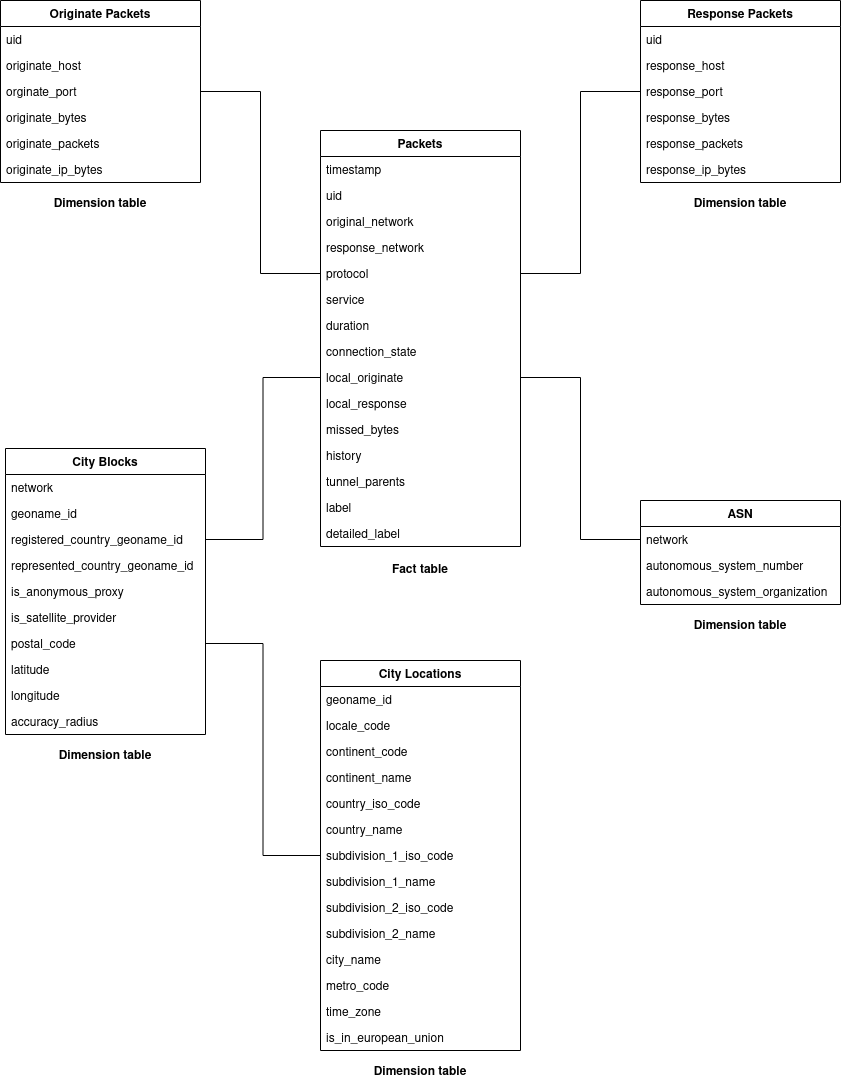
Earlier version of the draw.io export assets/imgs/data-model.png (FredrikBakken/udacity_data-engineering). Source tidied: cells renumbered, new cells last; positions are measured from the earlier drawing's top-left corner, leaving out a move shared by most shapes.
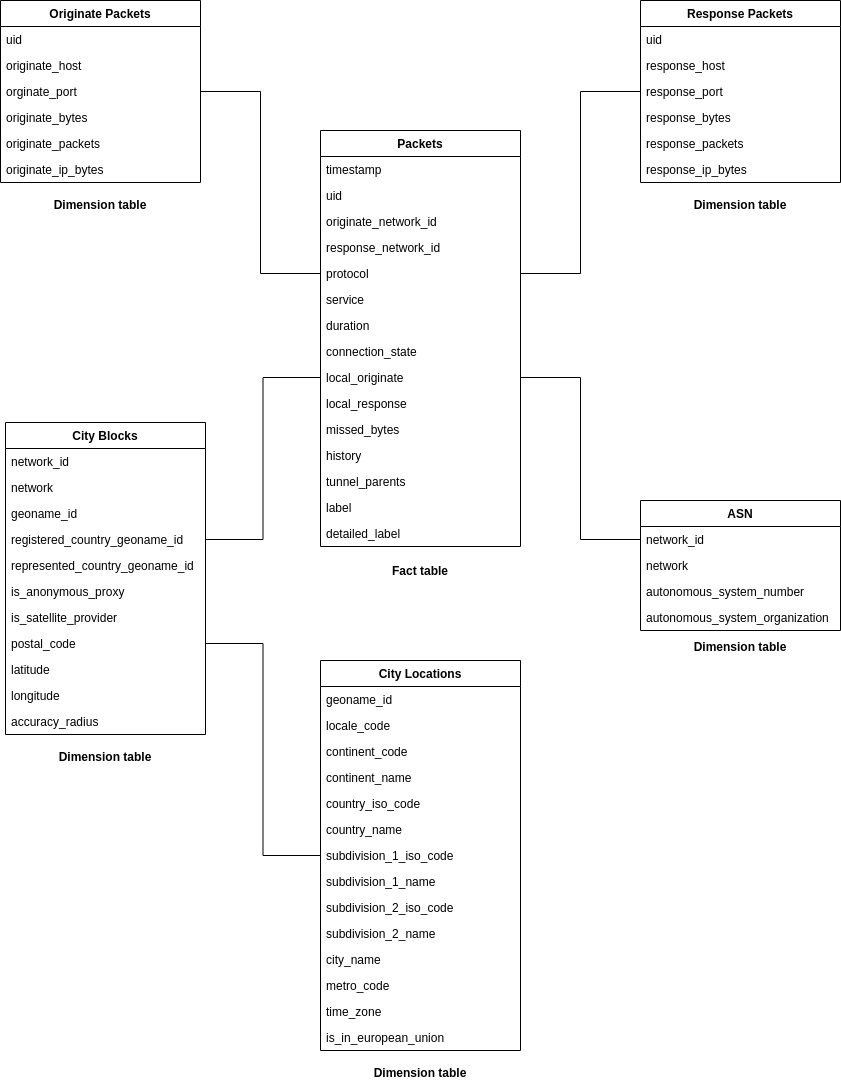
After the commit.

Diff of the diagram source:
```diff
@@ -68,10 +68,10 @@
     <mxCell id="23" value="uid" style="text;strokeColor=none;fillColor=none;align=left;verticalAlign=top;spacingLeft=4;spacingRight=4;overflow=hidden;" parent="21" vertex="1">
       <mxGeometry y="52" width="200" height="26" as="geometry" />
     </mxCell>
-    <mxCell id="24" value="original_network" style="text;strokeColor=none;fillColor=none;align=left;verticalAlign=top;spacingLeft=4;spacingRight=4;overflow=hidden;" parent="21" vertex="1">
+    <mxCell id="24" value="originate_network_id" style="text;strokeColor=none;fillColor=none;align=left;verticalAlign=top;spacingLeft=4;spacingRight=4;overflow=hidden;" parent="21" vertex="1">
       <mxGeometry y="78" width="200" height="26" as="geometry" />
     </mxCell>
-    <mxCell id="25" value="response_network" style="text;strokeColor=none;fillColor=none;align=left;verticalAlign=top;spacingLeft=4;spacingRight=4;overflow=hidden;" parent="21" vertex="1">
+    <mxCell id="25" value="response_network_id" style="text;strokeColor=none;fillColor=none;align=left;verticalAlign=top;spacingLeft=4;spacingRight=4;overflow=hidden;" parent="21" vertex="1">
       <mxGeometry y="104" width="200" height="26" as="geometry" />
     </mxCell>
     <mxCell id="26" value="protocol" style="text;strokeColor=none;fillColor=none;align=left;verticalAlign=top;spacingLeft=4;spacingRight=4;overflow=hidden;points=[[0,0.5],[1,0.5]];portConstraint=eastwest;" parent="21" vertex="1">
@@ -113,59 +113,59 @@
     <mxCell id="38" style="group;" parent="1" vertex="1">
       <mxGeometry x="640" y="500" width="200" height="136" as="geometry" />
     </mxCell>
-    <mxCell id="39" value="Dimension table" style="text;html=1;strokeColor=none;fillColor=none;align=center;verticalAlign=middle;whiteSpace=wrap;rounded=0;fontStyle=1;" parent="38" vertex="1">
-      <mxGeometry y="116" width="200" height="20" as="geometry" />
-    </mxCell>
     <mxCell id="40" value="ASN" style="swimlane;fontStyle=1;horizontal=1;startSize=26;fillColor=none;" parent="38" vertex="1">
-      <mxGeometry width="200" height="104" as="geometry" />
+      <mxGeometry width="200" height="130" as="geometry" />
     </mxCell>
-    <mxCell id="41" value="network" style="text;strokeColor=none;fillColor=none;align=left;verticalAlign=top;spacingLeft=4;spacingRight=4;overflow=hidden;points=[[0,0.5],[1,0.5]];portConstraint=eastwest;" parent="40" vertex="1">
+    <mxCell id="41" value="network_id" style="text;strokeColor=none;fillColor=none;align=left;verticalAlign=top;spacingLeft=4;spacingRight=4;overflow=hidden;points=[[0,0.5],[1,0.5]];portConstraint=eastwest;" parent="40" vertex="1">
       <mxGeometry y="26" width="200" height="26" as="geometry" />
     </mxCell>
+    <mxCell id="79" value="network" style="text;strokeColor=none;fillColor=none;align=left;verticalAlign=top;spacingLeft=4;spacingRight=4;overflow=hidden;" parent="40" vertex="1">
+      <mxGeometry y="52" width="200" height="26" as="geometry" />
+    </mxCell>
     <mxCell id="42" value="autonomous_system_number" style="text;strokeColor=none;fillColor=none;align=left;verticalAlign=top;spacingLeft=4;spacingRight=4;overflow=hidden;" parent="40" vertex="1">
-      <mxGeometry y="52" width="200" height="26" as="geometry" />
+      <mxGeometry y="78" width="200" height="26" as="geometry" />
     </mxCell>
     <mxCell id="43" value="autonomous_system_organization" style="text;strokeColor=none;fillColor=none;align=left;verticalAlign=top;spacingLeft=4;spacingRight=4;overflow=hidden;" parent="40" vertex="1">
-      <mxGeometry y="78" width="200" height="26" as="geometry" />
+      <mxGeometry y="104" width="200" height="26" as="geometry" />
     </mxCell>
     <mxCell id="44" style="group;" parent="1" vertex="1">
-      <mxGeometry x="5" y="448" width="200" height="318" as="geometry" />
+      <mxGeometry x="5" y="422" width="200" height="318" as="geometry" />
     </mxCell>
-    <mxCell id="45" value="Dimension table" style="text;html=1;strokeColor=none;fillColor=none;align=center;verticalAlign=middle;whiteSpace=wrap;rounded=0;fontStyle=1;" parent="44" vertex="1">
-      <mxGeometry y="298" width="200" height="20" as="geometry" />
-    </mxCell>
     <mxCell id="46" value="City Blocks" style="swimlane;fontStyle=1;horizontal=1;startSize=26;fillColor=none;" parent="44" vertex="1">
-      <mxGeometry width="200" height="286" as="geometry" />
+      <mxGeometry width="200" height="312" as="geometry" />
     </mxCell>
-    <mxCell id="47" value="network" style="text;strokeColor=none;fillColor=none;align=left;verticalAlign=top;spacingLeft=4;spacingRight=4;overflow=hidden;" parent="46" vertex="1">
+    <mxCell id="47" value="network_id" style="text;strokeColor=none;fillColor=none;align=left;verticalAlign=top;spacingLeft=4;spacingRight=4;overflow=hidden;" parent="46" vertex="1">
       <mxGeometry y="26" width="200" height="26" as="geometry" />
     </mxCell>
+    <mxCell id="80" value="network" style="text;strokeColor=none;fillColor=none;align=left;verticalAlign=top;spacingLeft=4;spacingRight=4;overflow=hidden;" parent="46" vertex="1">
+      <mxGeometry y="52" width="200" height="26" as="geometry" />
+    </mxCell>
     <mxCell id="48" value="geoname_id" style="text;strokeColor=none;fillColor=none;align=left;verticalAlign=top;spacingLeft=4;spacingRight=4;overflow=hidden;" parent="46" vertex="1">
-      <mxGeometry y="52" width="200" height="26" as="geometry" />
+      <mxGeometry y="78" width="200" height="26" as="geometry" />
     </mxCell>
     <mxCell id="49" value="registered_country_geoname_id" style="text;strokeColor=none;fillColor=none;align=left;verticalAlign=top;spacingLeft=4;spacingRight=4;overflow=hidden;points=[[0,0.5],[1,0.5]];portConstraint=eastwest;" parent="46" vertex="1">
-      <mxGeometry y="78" width="200" height="26" as="geometry" />
+      <mxGeometry y="104" width="200" height="26" as="geometry" />
     </mxCell>
     <mxCell id="50" value="represented_country_geoname_id" style="text;strokeColor=none;fillColor=none;align=left;verticalAlign=top;spacingLeft=4;spacingRight=4;overflow=hidden;" parent="46" vertex="1">
-      <mxGeometry y="104" width="200" height="26" as="geometry" />
+      <mxGeometry y="130" width="200" height="26" as="geometry" />
     </mxCell>
     <mxCell id="51" value="is_anonymous_proxy" style="text;strokeColor=none;fillColor=none;align=left;verticalAlign=top;spacingLeft=4;spacingRight=4;overflow=hidden;" parent="46" vertex="1">
-      <mxGeometry y="130" width="200" height="26" as="geometry" />
+      <mxGeometry y="156" width="200" height="26" as="geometry" />
     </mxCell>
     <mxCell id="52" value="is_satellite_provider" style="text;strokeColor=none;fillColor=none;align=left;verticalAlign=top;spacingLeft=4;spacingRight=4;overflow=hidden;" parent="46" vertex="1">
-      <mxGeometry y="156" width="200" height="26" as="geometry" />
+      <mxGeometry y="182" width="200" height="26" as="geometry" />
     </mxCell>
     <mxCell id="53" value="postal_code" style="text;strokeColor=none;fillColor=none;align=left;verticalAlign=top;spacingLeft=4;spacingRight=4;overflow=hidden;points=[[0,0.5],[1,0.5]];portConstraint=eastwest;" parent="46" vertex="1">
-      <mxGeometry y="182" width="200" height="26" as="geometry" />
+      <mxGeometry y="208" width="200" height="26" as="geometry" />
     </mxCell>
     <mxCell id="54" value="latitude" style="text;strokeColor=none;fillColor=none;align=left;verticalAlign=top;spacingLeft=4;spacingRight=4;overflow=hidden;" parent="46" vertex="1">
-      <mxGeometry y="208" width="200" height="26" as="geometry" />
+      <mxGeometry y="234" width="200" height="26" as="geometry" />
     </mxCell>
     <mxCell id="55" value="longitude" style="text;strokeColor=none;fillColor=none;align=left;verticalAlign=top;spacingLeft=4;spacingRight=4;overflow=hidden;" parent="46" vertex="1">
-      <mxGeometry y="234" width="200" height="26" as="geometry" />
+      <mxGeometry y="260" width="200" height="26" as="geometry" />
     </mxCell>
     <mxCell id="56" value="accuracy_radius" style="text;strokeColor=none;fillColor=none;align=left;verticalAlign=top;spacingLeft=4;spacingRight=4;overflow=hidden;" parent="46" vertex="1">
-      <mxGeometry y="260" width="200" height="26" as="geometry" />
+      <mxGeometry y="286" width="200" height="26" as="geometry" />
     </mxCell>
     <mxCell id="57" style="group;" parent="1" vertex="1">
       <mxGeometry x="320" y="660" width="200" height="422" as="geometry" />
@@ -233,5 +233,11 @@
     <mxCell id="78" style="edgeStyle=orthogonalEdgeStyle;rounded=0;jettySize=auto;html=1;exitX=0;exitY=0.5;exitDx=0;exitDy=0;entryX=1;entryY=0.5;entryDx=0;entryDy=0;endArrow=none;endFill=0;strokeWidth=1;" parent="1" edge="1" source="6" target="26">
       <mxGeometry relative="1" as="geometry" />
     </mxCell>
+    <mxCell id="39" value="Dimension table" style="text;html=1;strokeColor=none;fillColor=none;align=center;verticalAlign=middle;whiteSpace=wrap;rounded=0;fontStyle=1;" parent="1" vertex="1">
+      <mxGeometry x="640" y="636" width="200" height="20" as="geometry" />
+    </mxCell>
+    <mxCell id="45" value="Dimension table" style="text;html=1;strokeColor=none;fillColor=none;align=center;verticalAlign=middle;whiteSpace=wrap;rounded=0;fontStyle=1;" parent="1" vertex="1">
+      <mxGeometry x="5" y="746" width="200" height="20" as="geometry" />
+    </mxCell>
   </root>
 </mxGraphModel>
```
